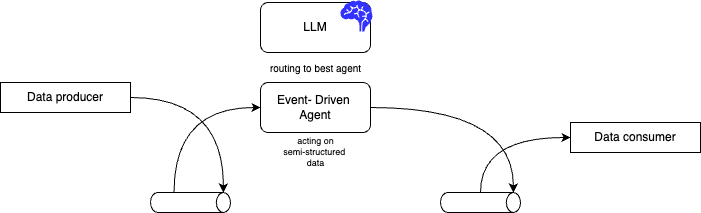
Earlier version of the draw.io export docs/architecture/diagrams/eda_agents.drawio.png (jbcodeforce/flink-studies). Source tidied: cells renumbered, new cells last; positions are measured from the earlier drawing's top-left corner, leaving out a move shared by most shapes.
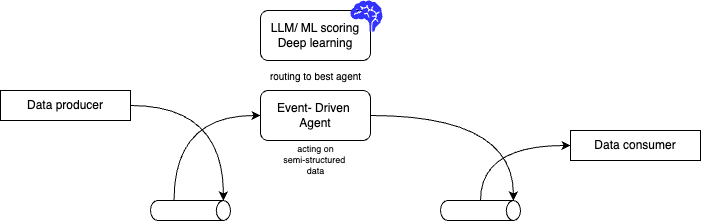
After the commit.

The edit, as a diff of the source:
```diff
@@ -2,7 +2,7 @@
   <root>
     <mxCell id="0" />
     <mxCell id="1" parent="0" />
-    <mxCell id="2" value="LLM" style="rounded=1;whiteSpace=wrap;html=1;" parent="1" vertex="1">
+    <mxCell id="2" value="LLM/ ML scoring&lt;div&gt;Deep learning&lt;/div&gt;" style="rounded=1;whiteSpace=wrap;html=1;" parent="1" vertex="1">
       <mxGeometry x="260" y="2" width="110" height="50" as="geometry" />
     </mxCell>
     <mxCell id="3" value="Data producer" style="rounded=0;whiteSpace=wrap;html=1;" parent="1" vertex="1">
@@ -39,7 +39,7 @@
       <mxGeometry x="260" y="52" width="110" height="30" as="geometry" />
     </mxCell>
     <mxCell id="14" style="shape=mxgraph.signs.healthcare.brain;html=1;fillColor=#3333FF;strokeColor=none;verticalLabelPosition=middle;verticalAlign=middle;align=left;labelPosition=right;" parent="1" vertex="1">
-      <mxGeometry x="340" width="32" height="31" as="geometry" />
+      <mxGeometry x="350" y="-8" width="32" height="31" as="geometry" />
     </mxCell>
   </root>
 </mxGraphModel>
```
